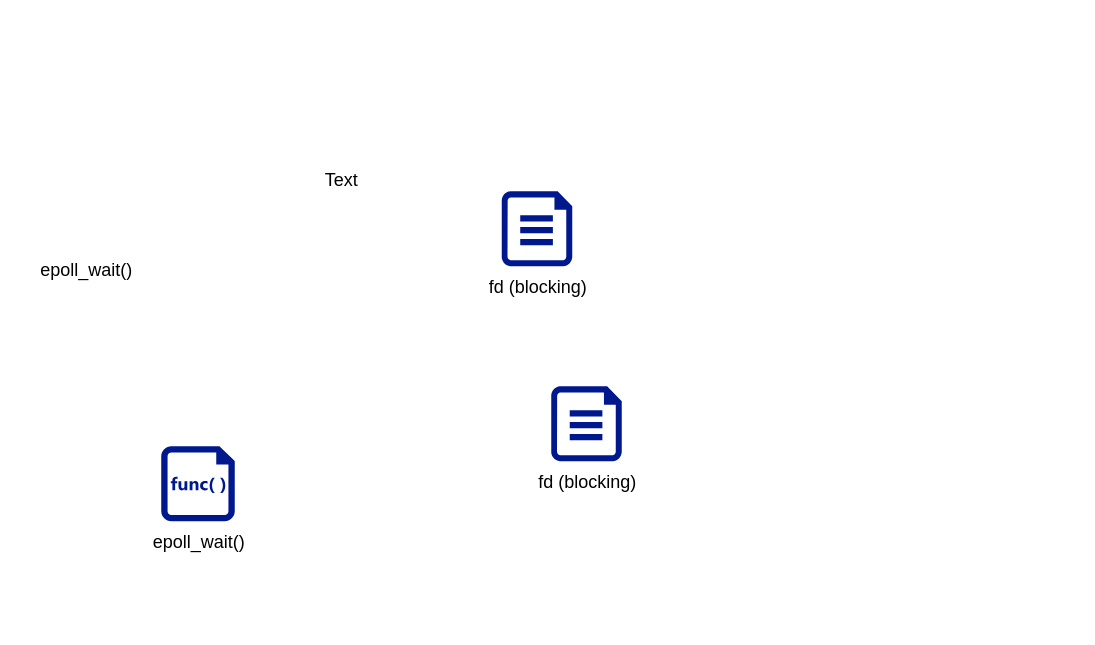
Before: epoll.drawio in dimerz-tech/draw.io, a draw.io diagram. Source tidied: cells renumbered, new cells numbered last; positions are measured from the earlier drawing's top-left corner, leaving out a move shared by most shapes. Both pictures are drawn from the tidied source at 150%, with x=0, y=0 at pixel (26, 158).
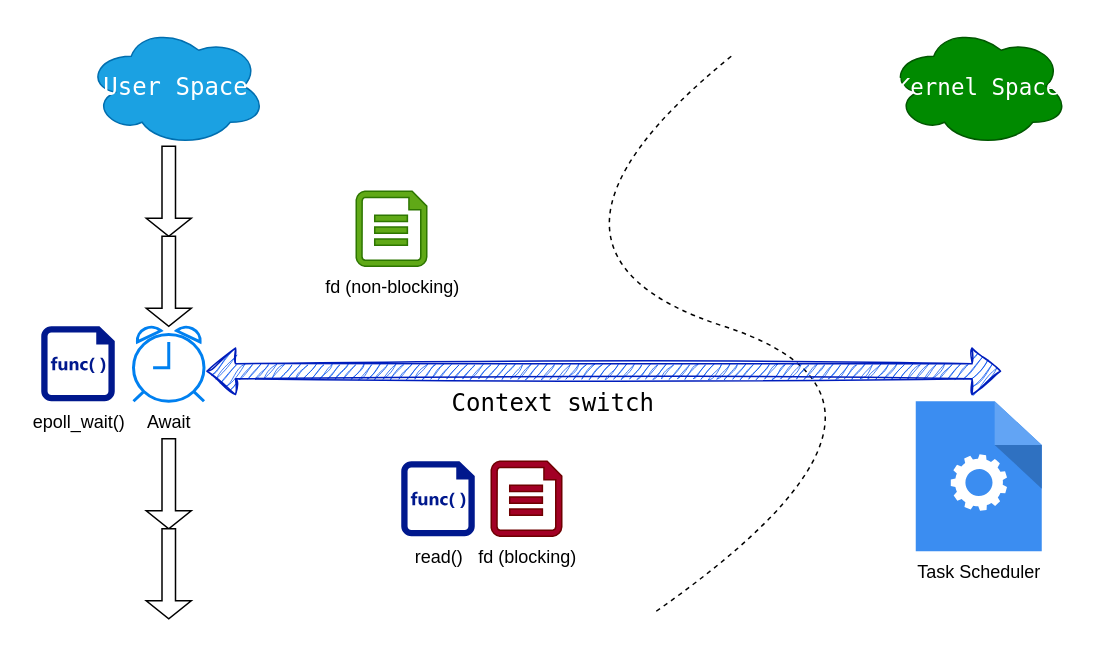
After the change.

Change to the diagram source:
```diff
@@
-    <mxCell id="2" value="epoll_wait()" style="text;html=1;align=center;verticalAlign=middle;strokeColor=none;fillColor=none;" parent="1" vertex="1">
-      <mxGeometry y="60" width="80" height="30" as="geometry" />
-    </mxCell>
-    <mxCell id="3" value="Text" style="text;html=1;align=center;verticalAlign=middle;strokeColor=none;fillColor=none;" parent="1" vertex="1">
-      <mxGeometry x="185" width="50" height="30" as="geometry" />
-    </mxCell>
     <mxCell id="4" value="epoll_wait()" style="sketch=0;shadow=0;dashed=0;html=1;strokeColor=none;labelPosition=center;verticalLabelPosition=bottom;verticalAlign=top;align=center;fillColor=#00188D;shape=mxgraph.mscae.enterprise.code_file;" parent="1" vertex="1">
-      <mxGeometry x="90" y="192" width="49" height="50" as="geometry" />
+      <mxGeometry x="10" y="112" width="49" height="50" as="geometry" />
     </mxCell>
-    <mxCell id="5" value="fd (blocking)" style="sketch=0;shadow=0;dashed=0;html=1;strokeColor=none;labelPosition=center;verticalLabelPosition=bottom;verticalAlign=top;align=center;fillColor=#00188D;shape=mxgraph.azure.file;" parent="1" vertex="1">
-      <mxGeometry x="317" y="22" width="47" height="50" as="geometry" />
+    <mxCell id="5" value="fd (blocking)" style="shadow=0;dashed=0;html=1;strokeColor=#6F0000;labelPosition=center;verticalLabelPosition=bottom;verticalAlign=top;align=center;fillColor=#a20025;shape=mxgraph.azure.file;fontColor=#000000;" parent="1" vertex="1">
+      <mxGeometry x="310" y="202" width="47" height="50" as="geometry" />
     </mxCell>
-    <mxCell id="6" value="fd (blocking)" style="sketch=0;shadow=0;dashed=0;html=1;strokeColor=none;labelPosition=center;verticalLabelPosition=bottom;verticalAlign=top;align=center;fillColor=#00188D;shape=mxgraph.azure.file;" parent="1" vertex="1">
-      <mxGeometry x="350" y="152" width="47" height="50" as="geometry" />
+    <mxCell id="6" value="fd (non-blocking)" style="shadow=0;dashed=0;html=1;strokeColor=#2D7600;labelPosition=center;verticalLabelPosition=bottom;verticalAlign=top;align=center;fillColor=#60a917;shape=mxgraph.azure.file;fontColor=#000000;" parent="1" vertex="1">
+      <mxGeometry x="220" y="22" width="47" height="50" as="geometry" />
     </mxCell>
+    <mxCell id="7" value="read()" style="sketch=0;shadow=0;dashed=0;html=1;strokeColor=none;labelPosition=center;verticalLabelPosition=bottom;verticalAlign=top;align=center;fillColor=#00188D;shape=mxgraph.mscae.enterprise.code_file;" parent="1" vertex="1">
+      <mxGeometry x="250" y="202" width="49" height="50" as="geometry" />
+    </mxCell>
+    <mxCell id="8" style="curved=1;endArrow=none;html=1;rounded=0;dashed=1;endFill=0;" parent="1" edge="1">
+      <mxGeometry relative="1" as="geometry">
+        <mxPoint x="420" y="302" as="sourcePoint" />
+        <mxPoint x="470" y="-68" as="targetPoint" />
+        <Array as="points">
+          <mxPoint x="620" y="162" />
+          <mxPoint x="310" y="62" />
+        </Array>
+      </mxGeometry>
+    </mxCell>
+    <mxCell id="9" style="endArrow=classic;startArrow=classic;html=1;rounded=0;shape=flexArrow;fillColor=#0050ef;strokeColor=#001DBC;shadow=0;sketch=1;curveFitting=1;jiggle=2;" parent="1" edge="1">
+      <mxGeometry relative="1" as="geometry">
+        <mxPoint x="120" y="142" as="sourcePoint" />
+        <mxPoint x="650" y="142" as="targetPoint" />
+      </mxGeometry>
+    </mxCell>
+    <mxCell id="10" value="Context switch" style="edgeLabel;html=1;align=center;verticalAlign=middle;fontSize=16;fontFamily=Lucida Console;" parent="9" vertex="1">
+      <mxGeometry x="0.36" y="1" relative="1" as="geometry">
+        <mxPoint x="-130" y="21" as="offset" />
+      </mxGeometry>
+    </mxCell>
+    <mxCell id="11" value="Task Scheduler" style="sketch=0;html=1;strokeColor=none;shadow=0;fillColor=#3B8DF1;verticalAlign=top;labelPosition=center;verticalLabelPosition=bottom;shape=mxgraph.gcp2.process;" parent="1" vertex="1">
+      <mxGeometry x="593" y="162" width="84" height="100" as="geometry" />
+    </mxCell>
+    <mxCell id="12" value="User Space" style="ellipse;shape=cloud;whiteSpace=wrap;html=1;fillColor=#1ba1e2;fontColor=#ffffff;strokeColor=#006EAF;fontFamily=Lucida Console;fontSize=16;" parent="1" vertex="1">
+      <mxGeometry x="40" y="-88" width="120" height="80" as="geometry" />
+    </mxCell>
+    <mxCell id="13" value="Kernel Space" style="ellipse;shape=cloud;whiteSpace=wrap;html=1;fillColor=#008a00;fontColor=#ffffff;strokeColor=#005700;fontFamily=Lucida Console;fontSize=15;" parent="1" vertex="1">
+      <mxGeometry x="575" y="-88" width="120" height="80" as="geometry" />
+    </mxCell>
+    <mxCell id="14" style="shape=singleArrow;direction=south;whiteSpace=wrap;html=1;" parent="1" vertex="1">
+      <mxGeometry x="80" y="-8" width="30" height="60" as="geometry" />
+    </mxCell>
+    <mxCell id="15" style="shape=singleArrow;direction=south;whiteSpace=wrap;html=1;" parent="1" vertex="1">
+      <mxGeometry x="80" y="52" width="30" height="60" as="geometry" />
+    </mxCell>
+    <mxCell id="16" value="Await" style="html=1;verticalLabelPosition=bottom;align=center;labelBackgroundColor=#ffffff;verticalAlign=top;strokeWidth=2;strokeColor=#0080F0;shadow=0;dashed=0;shape=mxgraph.ios7.icons.alarm_clock;" parent="1" vertex="1">
+      <mxGeometry x="71.5" y="112" width="47" height="50" as="geometry" />
+    </mxCell>
+    <mxCell id="17" style="shape=singleArrow;direction=south;whiteSpace=wrap;html=1;" parent="1" vertex="1">
+      <mxGeometry x="80" y="187" width="30" height="60" as="geometry" />
+    </mxCell>
+    <mxCell id="18" style="shape=singleArrow;direction=south;whiteSpace=wrap;html=1;" parent="1" vertex="1">
+      <mxGeometry x="80" y="247" width="30" height="60" as="geometry" />
+    </mxCell>
```
